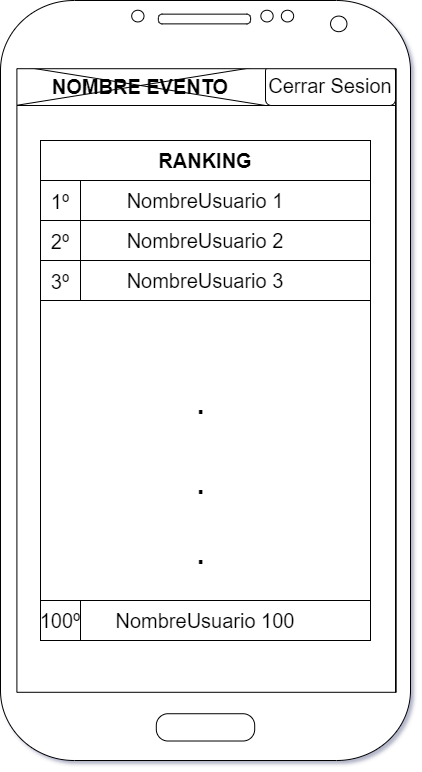
The draw.io diagram P2/img/RankingPagina.png in OscarLM32/DIU, before a commit. Source tidied: cells renumbered, new cells last; positions are measured from the earlier drawing's top-left corner, leaving out a move shared by most shapes.
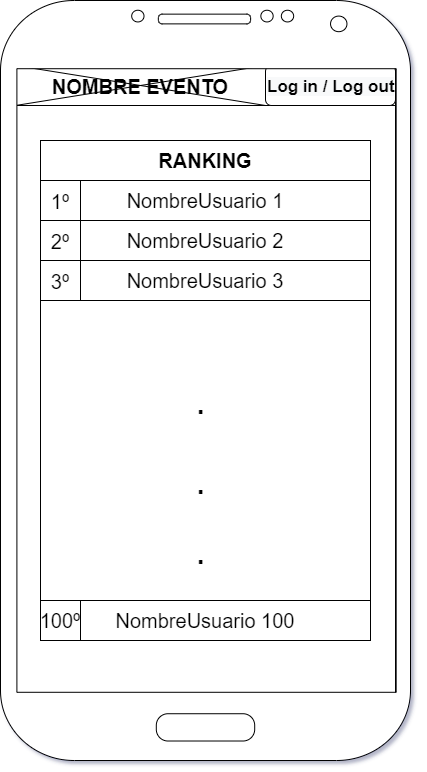
Later version of the same file.

Change to the diagram source:
```diff
@@ -11,7 +11,7 @@
     <mxCell id="4" style="rounded=0;whiteSpace=wrap;html=1;shadow=0;fontSize=20;strokeColor=#000000;" parent="1" vertex="1">
       <mxGeometry x="15" y="65" width="270" height="40" as="geometry" />
     </mxCell>
-    <mxCell id="5" value="Cerrar Sesion" style="rounded=1;whiteSpace=wrap;html=1;shadow=0;fontSize=20;strokeColor=#000000;" parent="1" vertex="1">
+    <mxCell id="5" style="rounded=1;whiteSpace=wrap;html=1;shadow=0;fontSize=20;strokeColor=#000000;" parent="1" vertex="1">
       <mxGeometry x="265" y="65" width="130" height="40" as="geometry" />
     </mxCell>
     <mxCell id="6" value="NOMBRE EVENTO" style="shape=umlDestroy;shadow=0;fontSize=20;strokeColor=#000000;fontStyle=1;" parent="1" vertex="1">
@@ -62,5 +62,8 @@
     <mxCell id="21" value="100º" style="rounded=0;whiteSpace=wrap;html=1;fontSize=20;fillColor=#FFFFFF;" parent="1" vertex="1">
       <mxGeometry x="40" y="600" width="40" height="40" as="geometry" />
     </mxCell>
+    <mxCell id="22" value="&lt;b style=&quot;color: rgb(0, 0, 0); font-size: 17px; font-style: normal; letter-spacing: normal; text-indent: 0px; text-transform: none; word-spacing: 0px; font-family: helvetica; text-align: center; background-color: rgb(248, 249, 250);&quot;&gt;Log in / Log out&lt;/b&gt;" style="text;whiteSpace=wrap;html=1;fontSize=17;" parent="1" vertex="1">
+      <mxGeometry x="265" y="70" width="150" height="40" as="geometry" />
+    </mxCell>
   </root>
 </mxGraphModel>
```
